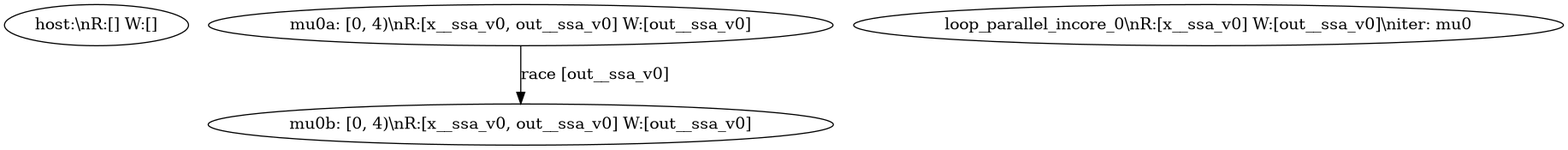
Before: out/parallel_task_post.png, a diagram exported from Graphviz (Servyi-Agent/pypto-symir). Its source is kept beside it as out/parallel_task_post.dot. Source of this version:
```dot
digraph {
    0 [ label = "host:\\nR:[] W:[]" ]
    1 [ label = "mu0a: [0, 4)\\nR:[x__ssa_v0, out__ssa_v0] W:[out__ssa_v0]" ]
    2 [ label = "mu0b: [0, 4)\\nR:[x__ssa_v0, out__ssa_v0] W:[out__ssa_v0]" ]
    3 [ label = "loop_parallel_incore_0\\nR:[x__ssa_v0] W:[out__ssa_v0]\\niter: mu0" ]
    1 -> 2 [ label = "race [out__ssa_v0]" ]
}
```
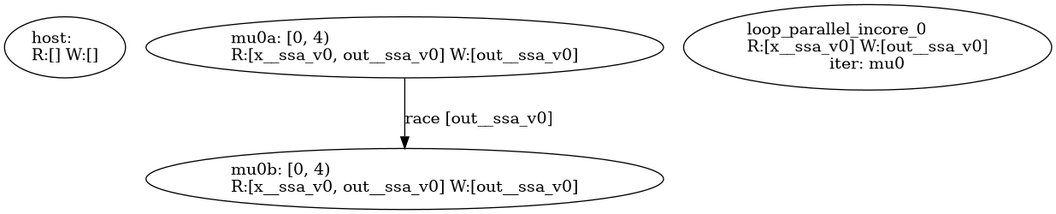
After the commit.

The edit, as a diff of the source:
```diff
@@ -1,7 +1,7 @@
 digraph {
-    0 [ label = "host:\\nR:[] W:[]" ]
-    1 [ label = "mu0a: [0, 4)\\nR:[x__ssa_v0, out__ssa_v0] W:[out__ssa_v0]" ]
-    2 [ label = "mu0b: [0, 4)\\nR:[x__ssa_v0, out__ssa_v0] W:[out__ssa_v0]" ]
-    3 [ label = "loop_parallel_incore_0\\nR:[x__ssa_v0] W:[out__ssa_v0]\\niter: mu0" ]
+    0 [ label = "host:\lR:[] W:[]" ]
+    1 [ label = "mu0a: [0, 4)\lR:[x__ssa_v0, out__ssa_v0] W:[out__ssa_v0]" ]
+    2 [ label = "mu0b: [0, 4)\lR:[x__ssa_v0, out__ssa_v0] W:[out__ssa_v0]" ]
+    3 [ label = "loop_parallel_incore_0\lR:[x__ssa_v0] W:[out__ssa_v0]\liter: mu0" ]
     1 -> 2 [ label = "race [out__ssa_v0]" ]
 }
```
